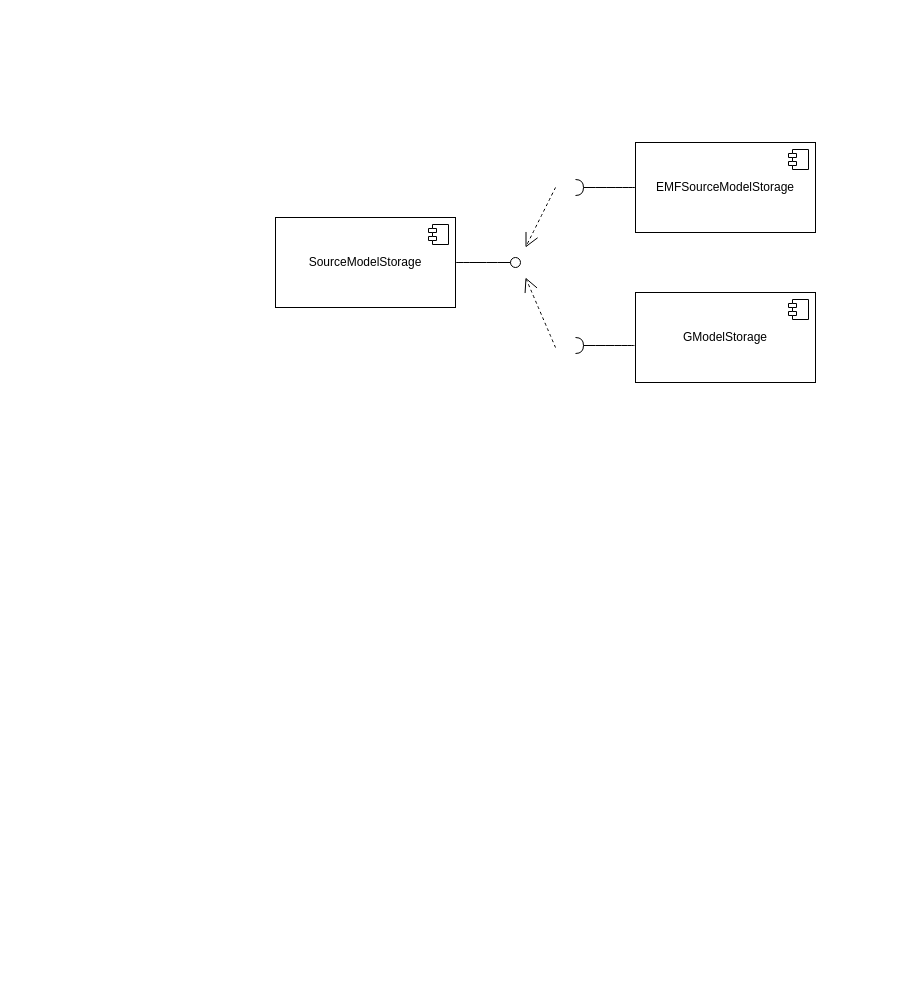
Before: componentDiagram.drawio in Botchi24/glsp, a draw.io diagram. Source tidied: cells renumbered, new cells numbered last; positions are measured from the earlier drawing's top-left corner, leaving out a move shared by most shapes. Both pictures are drawn from the tidied source at 100%, with x=0, y=0 at pixel (275, 142).
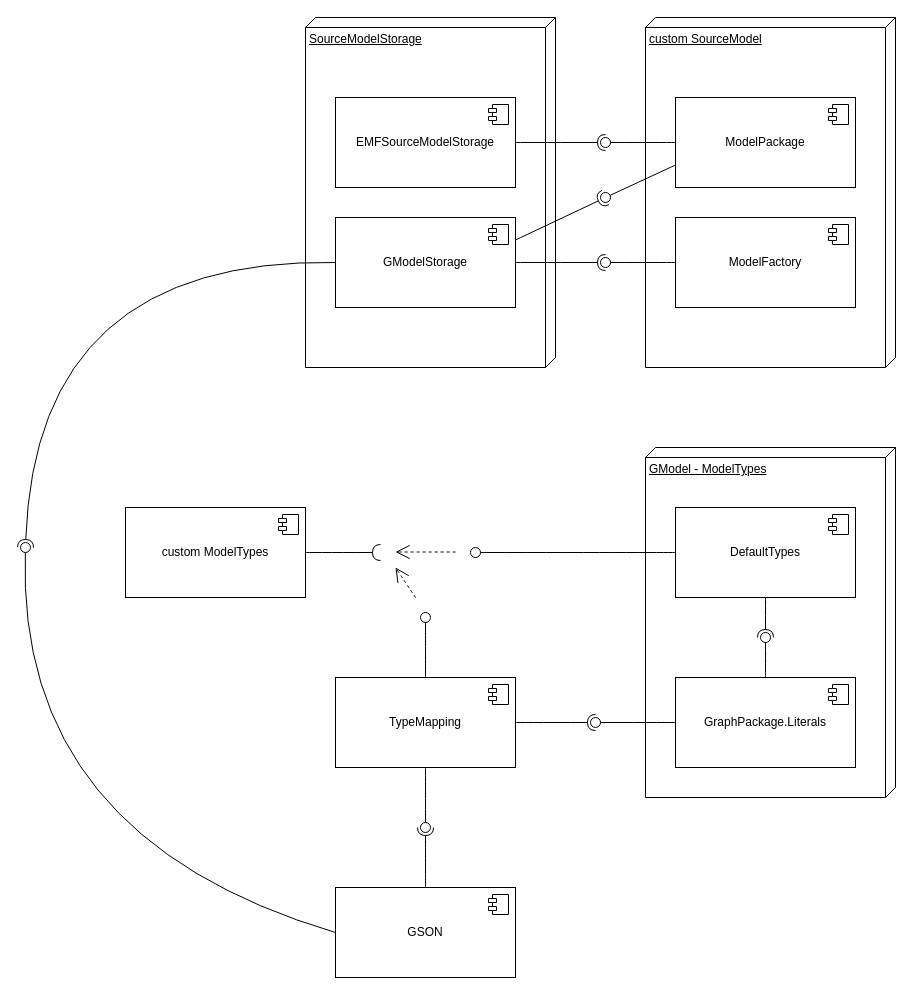
The same page after the edit.

Change to the diagram source:
```diff
@@
+    <mxCell id="6" style="ellipse;whiteSpace=wrap;html=1;align=center;fillColor=none;strokeColor=none;perimeter=centerPerimeter;" parent="1" vertex="1">
+      <mxGeometry x="395" y="500" width="10" height="10" as="geometry" />
+    </mxCell>
+    <mxCell id="14" value="&lt;div&gt;GModel - ModelTypes&lt;br&gt;&lt;/div&gt;" style="verticalAlign=top;align=left;spacingTop=8;spacingLeft=2;spacingRight=12;shape=cube;size=10;direction=south;fontStyle=4;html=1;whiteSpace=wrap;" parent="1" vertex="1">
+      <mxGeometry x="370" y="305" width="250" height="350" as="geometry" />
+    </mxCell>
+    <mxCell id="15" value="DefaultTypes" style="html=1;whiteSpace=wrap;" parent="1" vertex="1">
+      <mxGeometry x="400" y="365" width="180" height="90" as="geometry" />
+    </mxCell>
+    <mxCell id="16" style="shape=module;jettyWidth=8;jettyHeight=4;" parent="15" vertex="1">
+      <mxGeometry x="1" width="20" height="20" relative="1" as="geometry">
+        <mxPoint x="-27" y="7" as="offset" />
+      </mxGeometry>
+    </mxCell>
+    <mxCell id="17" value="&lt;div&gt;custom SourceModel&lt;/div&gt;" style="verticalAlign=top;align=left;spacingTop=8;spacingLeft=2;spacingRight=12;shape=cube;size=10;direction=south;fontStyle=4;html=1;whiteSpace=wrap;" parent="1" vertex="1">
+      <mxGeometry x="370" y="-125" width="250" height="350" as="geometry" />
+    </mxCell>
+    <mxCell id="18" value="GraphPackage.Literals" style="html=1;whiteSpace=wrap;" parent="1" vertex="1">
+      <mxGeometry x="400" y="535" width="180" height="90" as="geometry" />
+    </mxCell>
+    <mxCell id="19" style="shape=module;jettyWidth=8;jettyHeight=4;" parent="18" vertex="1">
+      <mxGeometry x="1" width="20" height="20" relative="1" as="geometry">
+        <mxPoint x="-27" y="7" as="offset" />
+      </mxGeometry>
+    </mxCell>
-    <mxCell id="2" value="&lt;div&gt;SourceModelStorage&lt;/div&gt;" style="html=1;whiteSpace=wrap;" parent="1" vertex="1">
-      <mxGeometry y="75" width="180" height="90" as="geometry" />
+    <mxCell id="2" value="&lt;div&gt;SourceModelStorage&lt;/div&gt;" style="verticalAlign=top;align=left;spacingTop=8;spacingLeft=2;spacingRight=12;shape=cube;size=10;direction=south;fontStyle=4;html=1;whiteSpace=wrap;" parent="1" vertex="1">
+      <mxGeometry x="30" y="-125" width="250" height="350" as="geometry" />
     </mxCell>
-    <mxCell id="3" style="shape=module;jettyWidth=8;jettyHeight=4;" parent="2" vertex="1">
-      <mxGeometry x="1" width="20" height="20" relative="1" as="geometry">
-        <mxPoint x="-27" y="7" as="offset" />
-      </mxGeometry>
-    </mxCell>
-    <mxCell id="4" style="rounded=0;jettySize=auto;html=1;endArrow=halfCircle;endFill=0;endSize=6;strokeWidth=1;sketch=0;fontSize=12;curved=1;exitX=-0.006;exitY=0.589;exitDx=0;exitDy=0;exitPerimeter=0;" parent="1" edge="1" source="9">
+    <mxCell id="4" style="rounded=0;jettySize=auto;html=1;endArrow=halfCircle;endFill=0;endSize=6;strokeWidth=1;sketch=0;fontSize=12;curved=1;exitX=1;exitY=0.5;exitDx=0;exitDy=0;" parent="1" edge="1" source="9">
       <mxGeometry relative="1" as="geometry">
-        <mxPoint x="300" y="203" as="targetPoint" />
+        <mxPoint x="330" y="120" as="targetPoint" />
       </mxGeometry>
     </mxCell>
-    <mxCell id="5" style="rounded=0;jettySize=auto;html=1;endArrow=oval;endFill=0;sketch=0;sourcePerimeterSpacing=0;targetPerimeterSpacing=0;endSize=10;fontSize=12;curved=1;exitX=1;exitY=0.5;exitDx=0;exitDy=0;" parent="1" edge="1" source="2">
+    <mxCell id="5" style="rounded=0;jettySize=auto;html=1;endArrow=oval;endFill=0;sketch=0;sourcePerimeterSpacing=0;targetPerimeterSpacing=0;endSize=10;fontSize=12;curved=1;exitX=0;exitY=0.5;exitDx=0;exitDy=0;" parent="1" edge="1" source="20">
       <mxGeometry relative="1" as="geometry">
-        <mxPoint x="240" y="120" as="targetPoint" />
+        <mxPoint x="330" as="targetPoint" />
       </mxGeometry>
     </mxCell>
-    <mxCell id="6" style="ellipse;whiteSpace=wrap;html=1;align=center;fillColor=none;strokeColor=none;perimeter=centerPerimeter;" parent="1" vertex="1">
-      <mxGeometry x="385" y="325" width="10" height="10" as="geometry" />
-    </mxCell>
     <mxCell id="7" value="&lt;div&gt;EMFSourceModelStorage&lt;/div&gt;" style="html=1;whiteSpace=wrap;" parent="1" vertex="1">
-      <mxGeometry x="360" width="180" height="90" as="geometry" />
+      <mxGeometry x="60" y="-45" width="180" height="90" as="geometry" />
     </mxCell>
@@
     <mxCell id="9" value="&lt;div&gt;GModelStorage&lt;/div&gt;" style="html=1;whiteSpace=wrap;" parent="1" vertex="1">
-      <mxGeometry x="360" y="150" width="180" height="90" as="geometry" />
+      <mxGeometry x="60" y="75" width="180" height="90" as="geometry" />
     </mxCell>
@@
-    <mxCell id="11" style="rounded=0;jettySize=auto;html=1;endArrow=halfCircle;endFill=0;endSize=6;strokeWidth=1;sketch=0;fontSize=12;curved=1;exitX=0;exitY=0.5;exitDx=0;exitDy=0;" parent="1" edge="1" source="7">
+    <mxCell id="11" style="rounded=0;jettySize=auto;html=1;endArrow=halfCircle;endFill=0;endSize=6;strokeWidth=1;sketch=0;fontSize=12;curved=1;exitX=1;exitY=0.5;exitDx=0;exitDy=0;" parent="1" edge="1" source="7">
       <mxGeometry relative="1" as="geometry">
-        <mxPoint x="300" y="45" as="targetPoint" />
+        <mxPoint x="330" as="targetPoint" />
       </mxGeometry>
     </mxCell>
-    <mxCell id="12" style="endArrow=open;endSize=12;dashed=1;html=1;rounded=0;fontSize=12;curved=1;" parent="1" edge="1">
-      <mxGeometry relative="1" as="geometry">
-        <mxPoint x="280" y="45" as="sourcePoint" />
-        <mxPoint x="250" y="105" as="targetPoint" />
-      </mxGeometry>
-    </mxCell>
-    <mxCell id="13" style="endArrow=open;endSize=12;dashed=1;html=1;rounded=0;fontSize=12;curved=1;" parent="1" edge="1">
-      <mxGeometry relative="1" as="geometry">
-        <mxPoint x="280" y="205" as="sourcePoint" />
-        <mxPoint x="250" y="135" as="targetPoint" />
-      </mxGeometry>
-    </mxCell>
+    <mxCell id="20" value="&lt;div&gt;ModelPackage&lt;/div&gt;" style="html=1;whiteSpace=wrap;" parent="1" vertex="1">
+      <mxGeometry x="400" y="-45" width="180" height="90" as="geometry" />
+    </mxCell>
+    <mxCell id="21" style="shape=module;jettyWidth=8;jettyHeight=4;" parent="20" vertex="1">
+      <mxGeometry x="1" width="20" height="20" relative="1" as="geometry">
+        <mxPoint x="-27" y="7" as="offset" />
+      </mxGeometry>
+    </mxCell>
+    <mxCell id="22" value="&lt;div&gt;ModelFactory&lt;/div&gt;" style="html=1;whiteSpace=wrap;" parent="1" vertex="1">
+      <mxGeometry x="400" y="75" width="180" height="90" as="geometry" />
+    </mxCell>
+    <mxCell id="23" style="shape=module;jettyWidth=8;jettyHeight=4;" parent="22" vertex="1">
+      <mxGeometry x="1" width="20" height="20" relative="1" as="geometry">
+        <mxPoint x="-27" y="7" as="offset" />
+      </mxGeometry>
+    </mxCell>
+    <mxCell id="24" style="rounded=0;jettySize=auto;html=1;endArrow=oval;endFill=0;sketch=0;sourcePerimeterSpacing=0;targetPerimeterSpacing=0;endSize=10;fontSize=12;curved=1;exitX=0;exitY=0.5;exitDx=0;exitDy=0;" parent="1" edge="1" source="22">
+      <mxGeometry relative="1" as="geometry">
+        <mxPoint x="330" y="120" as="targetPoint" />
+      </mxGeometry>
+    </mxCell>
+    <mxCell id="25" style="rounded=0;jettySize=auto;html=1;endArrow=halfCircle;endFill=0;endSize=6;strokeWidth=1;sketch=0;fontSize=12;curved=1;exitX=1;exitY=0.25;exitDx=0;exitDy=0;" parent="1" edge="1" source="9">
+      <mxGeometry relative="1" as="geometry">
+        <mxPoint x="330" y="55" as="targetPoint" />
+      </mxGeometry>
+    </mxCell>
+    <mxCell id="26" style="rounded=0;jettySize=auto;html=1;endArrow=oval;endFill=0;sketch=0;sourcePerimeterSpacing=0;targetPerimeterSpacing=0;endSize=10;fontSize=12;curved=1;exitX=0;exitY=0.75;exitDx=0;exitDy=0;" parent="1" edge="1" source="20">
+      <mxGeometry relative="1" as="geometry">
+        <mxPoint x="330" y="55" as="targetPoint" />
+      </mxGeometry>
+    </mxCell>
+    <mxCell id="27" style="rounded=0;jettySize=auto;html=1;endArrow=halfCircle;endFill=0;endSize=6;strokeWidth=1;sketch=0;fontSize=12;curved=1;exitX=0.5;exitY=1;exitDx=0;exitDy=0;" parent="1" edge="1" source="15">
+      <mxGeometry relative="1" as="geometry">
+        <mxPoint x="490" y="495" as="targetPoint" />
+      </mxGeometry>
+    </mxCell>
+    <mxCell id="28" style="rounded=0;jettySize=auto;html=1;endArrow=oval;endFill=0;sketch=0;sourcePerimeterSpacing=0;targetPerimeterSpacing=0;endSize=10;fontSize=12;curved=1;" parent="1" edge="1" source="18">
+      <mxGeometry relative="1" as="geometry">
+        <mxPoint x="490" y="495" as="targetPoint" />
+      </mxGeometry>
+    </mxCell>
+    <mxCell id="29" style="ellipse;whiteSpace=wrap;html=1;align=center;fillColor=none;strokeColor=none;perimeter=centerPerimeter;" parent="1" vertex="1">
+      <mxGeometry x="485" y="365" width="10" height="10" as="geometry" />
+    </mxCell>
+    <mxCell id="30" value="&lt;div&gt;custom ModelTypes&lt;/div&gt;" style="html=1;whiteSpace=wrap;" parent="1" vertex="1">
+      <mxGeometry x="-150" y="365" width="180" height="90" as="geometry" />
+    </mxCell>
+    <mxCell id="31" style="shape=module;jettyWidth=8;jettyHeight=4;" parent="30" vertex="1">
+      <mxGeometry x="1" width="20" height="20" relative="1" as="geometry">
+        <mxPoint x="-27" y="7" as="offset" />
+      </mxGeometry>
+    </mxCell>
+    <mxCell id="32" style="rounded=0;jettySize=auto;html=1;endArrow=halfCircle;endFill=0;endSize=6;strokeWidth=1;sketch=0;fontSize=12;curved=1;exitX=1;exitY=0.5;exitDx=0;exitDy=0;" parent="1" edge="1" source="30">
+      <mxGeometry relative="1" as="geometry">
+        <mxPoint x="105" y="410" as="targetPoint" />
+      </mxGeometry>
+    </mxCell>
+    <mxCell id="33" style="rounded=0;jettySize=auto;html=1;endArrow=oval;endFill=0;sketch=0;sourcePerimeterSpacing=0;targetPerimeterSpacing=0;endSize=10;fontSize=12;curved=1;exitX=0;exitY=0.5;exitDx=0;exitDy=0;" parent="1" edge="1" source="15">
+      <mxGeometry relative="1" as="geometry">
+        <mxPoint x="200" y="410" as="targetPoint" />
+      </mxGeometry>
+    </mxCell>
+    <mxCell id="34" style="ellipse;whiteSpace=wrap;html=1;align=center;fillColor=none;strokeColor=none;perimeter=centerPerimeter;" parent="1" vertex="1">
+      <mxGeometry x="485" y="385" width="10" height="10" as="geometry" />
+    </mxCell>
+    <mxCell id="35" value="GSON" style="html=1;whiteSpace=wrap;" parent="1" vertex="1">
+      <mxGeometry x="60" y="745" width="180" height="90" as="geometry" />
+    </mxCell>
+    <mxCell id="36" style="shape=module;jettyWidth=8;jettyHeight=4;" parent="35" vertex="1">
+      <mxGeometry x="1" width="20" height="20" relative="1" as="geometry">
+        <mxPoint x="-27" y="7" as="offset" />
+      </mxGeometry>
+    </mxCell>
+    <mxCell id="37" value="TypeMapping" style="html=1;whiteSpace=wrap;" parent="1" vertex="1">
+      <mxGeometry x="60" y="535" width="180" height="90" as="geometry" />
+    </mxCell>
+    <mxCell id="38" style="shape=module;jettyWidth=8;jettyHeight=4;" parent="37" vertex="1">
+      <mxGeometry x="1" width="20" height="20" relative="1" as="geometry">
+        <mxPoint x="-27" y="7" as="offset" />
+      </mxGeometry>
+    </mxCell>
+    <mxCell id="39" style="rounded=0;jettySize=auto;html=1;endArrow=halfCircle;endFill=0;endSize=6;strokeWidth=1;sketch=0;fontSize=12;curved=1;exitX=0.5;exitY=0;exitDx=0;exitDy=0;" parent="1" edge="1" source="35">
+      <mxGeometry relative="1" as="geometry">
+        <mxPoint x="150" y="685" as="targetPoint" />
+      </mxGeometry>
+    </mxCell>
+    <mxCell id="40" style="rounded=0;jettySize=auto;html=1;endArrow=oval;endFill=0;sketch=0;sourcePerimeterSpacing=0;targetPerimeterSpacing=0;endSize=10;fontSize=12;curved=1;exitX=0.5;exitY=1;exitDx=0;exitDy=0;" parent="1" edge="1" source="37">
+      <mxGeometry relative="1" as="geometry">
+        <mxPoint x="150" y="685" as="targetPoint" />
+      </mxGeometry>
+    </mxCell>
+    <mxCell id="41" style="ellipse;whiteSpace=wrap;html=1;align=center;fillColor=none;strokeColor=none;perimeter=centerPerimeter;" parent="1" vertex="1">
+      <mxGeometry x="-80" y="395" width="10" height="10" as="geometry" />
+    </mxCell>
+    <mxCell id="42" style="rounded=0;jettySize=auto;html=1;endArrow=halfCircle;endFill=0;endSize=6;strokeWidth=1;sketch=0;fontSize=12;curved=1;exitX=1;exitY=0.5;exitDx=0;exitDy=0;" parent="1" edge="1" source="37">
+      <mxGeometry relative="1" as="geometry">
+        <mxPoint x="320" y="580" as="targetPoint" />
+      </mxGeometry>
+    </mxCell>
+    <mxCell id="43" style="rounded=0;jettySize=auto;html=1;endArrow=oval;endFill=0;sketch=0;sourcePerimeterSpacing=0;targetPerimeterSpacing=0;endSize=10;fontSize=12;curved=1;exitX=0;exitY=0.5;exitDx=0;exitDy=0;" parent="1" edge="1" source="18">
+      <mxGeometry relative="1" as="geometry">
+        <mxPoint x="320" y="580" as="targetPoint" />
+      </mxGeometry>
+    </mxCell>
+    <mxCell id="44" style="ellipse;whiteSpace=wrap;html=1;align=center;fillColor=none;strokeColor=none;perimeter=centerPerimeter;" parent="1" vertex="1">
+      <mxGeometry x="-80" y="395" width="10" height="10" as="geometry" />
+    </mxCell>
+    <mxCell id="45" style="rounded=0;jettySize=auto;html=1;endArrow=oval;endFill=0;sketch=0;sourcePerimeterSpacing=0;targetPerimeterSpacing=0;endSize=10;fontSize=12;curved=1;exitX=0.5;exitY=0;exitDx=0;exitDy=0;" parent="1" edge="1" source="37">
+      <mxGeometry relative="1" as="geometry">
+        <mxPoint x="150" y="475" as="targetPoint" />
+      </mxGeometry>
+    </mxCell>
+    <mxCell id="46" style="endArrow=open;endSize=12;dashed=1;html=1;rounded=0;fontSize=12;curved=1;" parent="1" edge="1">
+      <mxGeometry relative="1" as="geometry">
+        <mxPoint x="180" y="409.5" as="sourcePoint" />
+        <mxPoint x="120" y="409.5" as="targetPoint" />
+      </mxGeometry>
+    </mxCell>
+    <mxCell id="47" style="endArrow=open;endSize=12;dashed=1;html=1;rounded=0;fontSize=12;curved=1;" parent="1" edge="1">
+      <mxGeometry relative="1" as="geometry">
+        <mxPoint x="140" y="455" as="sourcePoint" />
+        <mxPoint x="120" y="425" as="targetPoint" />
+      </mxGeometry>
+    </mxCell>
+    <mxCell id="48" style="rounded=0;jettySize=auto;html=1;endArrow=halfCircle;endFill=0;endSize=6;strokeWidth=1;sketch=0;fontSize=12;curved=1;exitX=0;exitY=0.5;exitDx=0;exitDy=0;" parent="1" edge="1" source="9">
+      <mxGeometry relative="1" as="geometry">
+        <mxPoint x="-250" y="405" as="targetPoint" />
+        <Array as="points">
+          <mxPoint x="-240" y="115" />
+        </Array>
+      </mxGeometry>
+    </mxCell>
+    <mxCell id="49" style="rounded=0;jettySize=auto;html=1;endArrow=oval;endFill=0;sketch=0;sourcePerimeterSpacing=0;targetPerimeterSpacing=0;endSize=10;fontSize=12;curved=1;exitX=0;exitY=0.5;exitDx=0;exitDy=0;" parent="1" edge="1" source="35">
+      <mxGeometry relative="1" as="geometry">
+        <mxPoint x="-250" y="405" as="targetPoint" />
+        <Array as="points">
+          <mxPoint x="-260" y="695" />
+        </Array>
+      </mxGeometry>
+    </mxCell>
+    <mxCell id="50" style="ellipse;whiteSpace=wrap;html=1;align=center;fillColor=none;strokeColor=none;perimeter=centerPerimeter;" parent="1" vertex="1">
+      <mxGeometry x="135" y="445" width="10" height="10" as="geometry" />
+    </mxCell>
```
